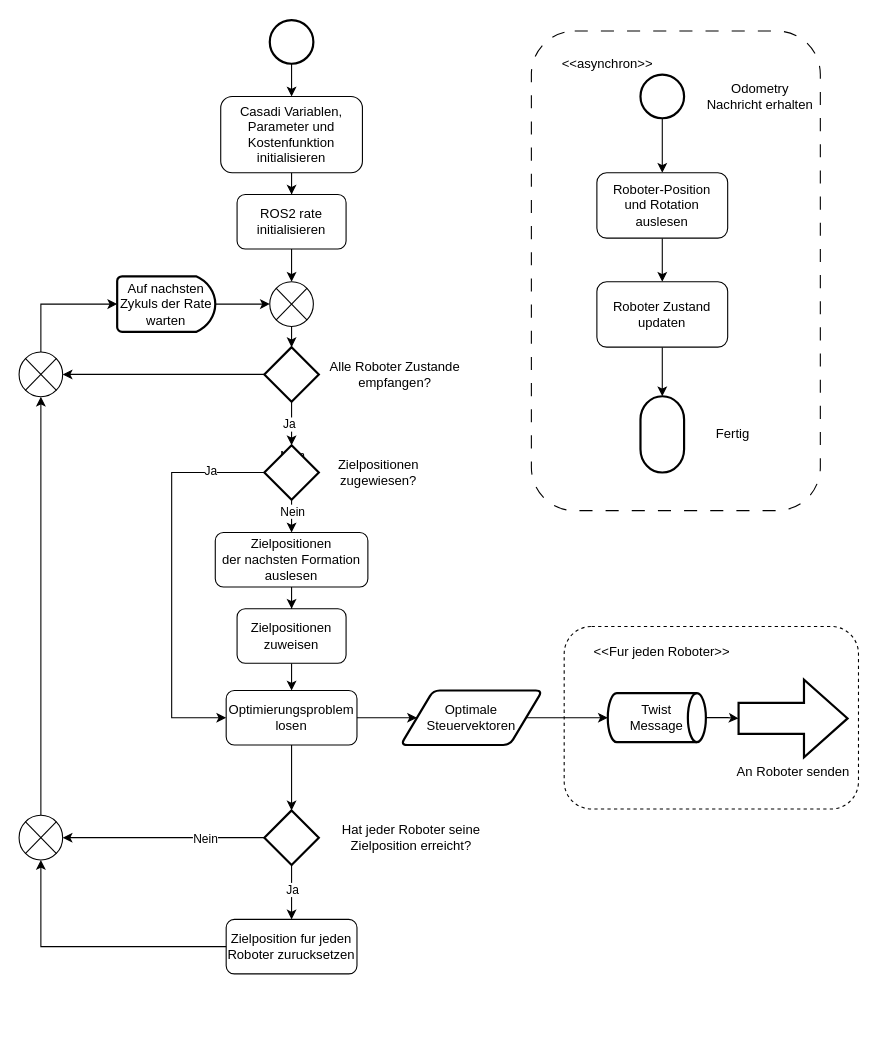
MariiaPoliakovaa/RobotFormations keeps this draw.io diagram as diagrams/mpc_formation_activity.drawio. Above is the earlier version. Source tidied: cells renumbered, new cells numbered last; positions are measured from the earlier drawing's top-left corner, leaving out a move shared by most shapes. Both pictures are drawn from the tidied source at 109%, with x=0, y=0 at pixel (19, 20).
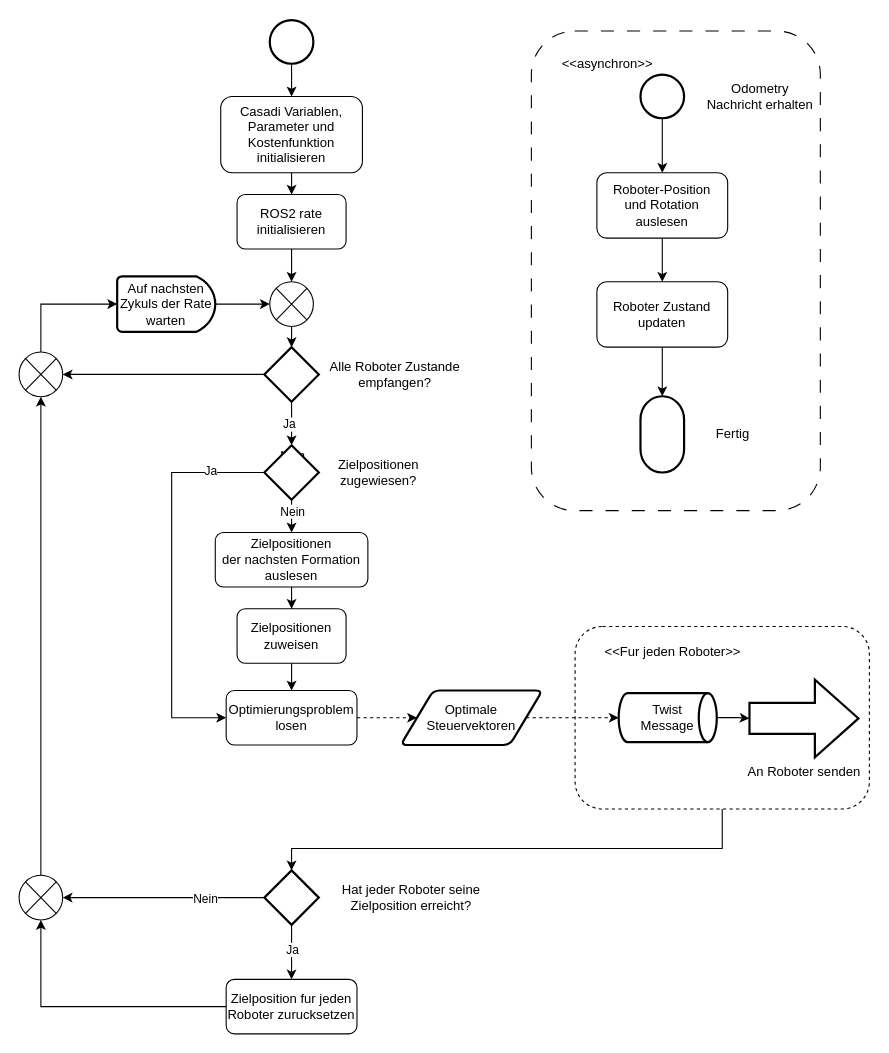
Above is the later version.

The change refers to these unchanged cells:
```xml
<mxCell id="23" value="Optimierungsproblem&lt;br&gt;losen" style="rounded=1;whiteSpace=wrap;html=1;" parent="1" vertex="1">
  <mxGeometry x="190" y="615" width="120" height="50" as="geometry" />
</mxCell>
<mxCell id="24" value="Optimale&lt;br&gt;Steuervektoren" style="shape=parallelogram;html=1;strokeWidth=2;perimeter=parallelogramPerimeter;whiteSpace=wrap;rounded=1;arcSize=12;size=0.23;" parent="1" vertex="1">
  <mxGeometry x="350.1" y="615" width="130" height="50" as="geometry" />
</mxCell>
<mxCell id="26" style="rounded=1;whiteSpace=wrap;html=1;dashed=1;" parent="25" vertex="1">
  <mxGeometry width="270" height="167.5" as="geometry" />
</mxCell>
<mxCell id="28" value="Twist&lt;br&gt;Message" style="strokeWidth=2;html=1;shape=mxgraph.flowchart.direct_data;whiteSpace=wrap;" parent="25" vertex="1">
  <mxGeometry x="40" y="61.2" width="90" height="45" as="geometry" />
</mxCell>
```

Diff of the diagram source:
```diff
@@
-    <mxCell id="21" style="edgeStyle=orthogonalEdgeStyle;rounded=0;jettySize=auto;html=1;" parent="1" edge="1" source="23" target="24">
+    <mxCell id="21" style="edgeStyle=orthogonalEdgeStyle;rounded=0;jettySize=auto;html=1;dashed=1;" parent="1" edge="1" source="23" target="24">
       <mxGeometry relative="1" as="geometry" />
     </mxCell>
-    <mxCell id="22" style="edgeStyle=orthogonalEdgeStyle;rounded=0;jettySize=auto;html=1;" parent="1" edge="1" source="23" target="34">
-      <mxGeometry relative="1" as="geometry" />
-    </mxCell>
@@
     <mxCell id="25" style="group;" parent="1" vertex="1">
-      <mxGeometry x="500.1" y="556.2" width="270" height="167.5" as="geometry" />
+      <mxGeometry x="510.1" y="556.2" width="270" height="167.5" as="geometry" />
     </mxCell>
@@
-    <mxCell id="31" style="edgeStyle=orthogonalEdgeStyle;rounded=0;jettySize=auto;html=1;entryX=0;entryY=0.5;entryDx=0;entryDy=0;entryPerimeter=0;" parent="1" edge="1" source="24" target="28">
+    <mxCell id="31" style="edgeStyle=orthogonalEdgeStyle;rounded=0;jettySize=auto;html=1;entryX=0;entryY=0.5;entryDx=0;entryDy=0;entryPerimeter=0;dashed=1;" parent="1" edge="1" source="24" target="28">
       <mxGeometry relative="1" as="geometry" />
     </mxCell>
@@
     <mxCell id="34" style="strokeWidth=2;html=1;shape=mxgraph.flowchart.decision;whiteSpace=wrap;" parent="1" vertex="1">
-      <mxGeometry x="225" y="725" width="50" height="50" as="geometry" />
+      <mxGeometry x="225" y="780" width="50" height="50" as="geometry" />
     </mxCell>
     <mxCell id="35" value="Hat jeder Roboter seine Zielposition erreicht?" style="text;html=1;align=center;verticalAlign=middle;whiteSpace=wrap;rounded=0;" parent="1" vertex="1">
-      <mxGeometry x="295" y="735" width="130" height="30" as="geometry" />
+      <mxGeometry x="295" y="790" width="130" height="30" as="geometry" />
     </mxCell>
     <mxCell id="36" value="Zielposition fur jeden&lt;div&gt;Roboter zurucksetzen&lt;/div&gt;" style="rounded=1;whiteSpace=wrap;html=1;" parent="1" vertex="1">
-      <mxGeometry x="190" y="825" width="120" height="50" as="geometry" />
+      <mxGeometry x="190" y="880" width="120" height="50" as="geometry" />
     </mxCell>
@@
     <mxCell id="41" style="verticalLabelPosition=bottom;verticalAlign=top;html=1;shape=mxgraph.flowchart.or;" parent="1" vertex="1">
-      <mxGeometry y="729.5" width="40" height="41" as="geometry" />
+      <mxGeometry y="784.5" width="40" height="41" as="geometry" />
     </mxCell>
@@
+    <mxCell id="62" style="edgeStyle=orthogonalEdgeStyle;rounded=0;jettySize=auto;html=1;" parent="1" edge="1" source="26" target="34">
+      <mxGeometry relative="1" as="geometry">
+        <Array as="points">
+          <mxPoint x="645" y="760" />
+          <mxPoint x="250" y="760" />
+        </Array>
+      </mxGeometry>
+    </mxCell>
```
